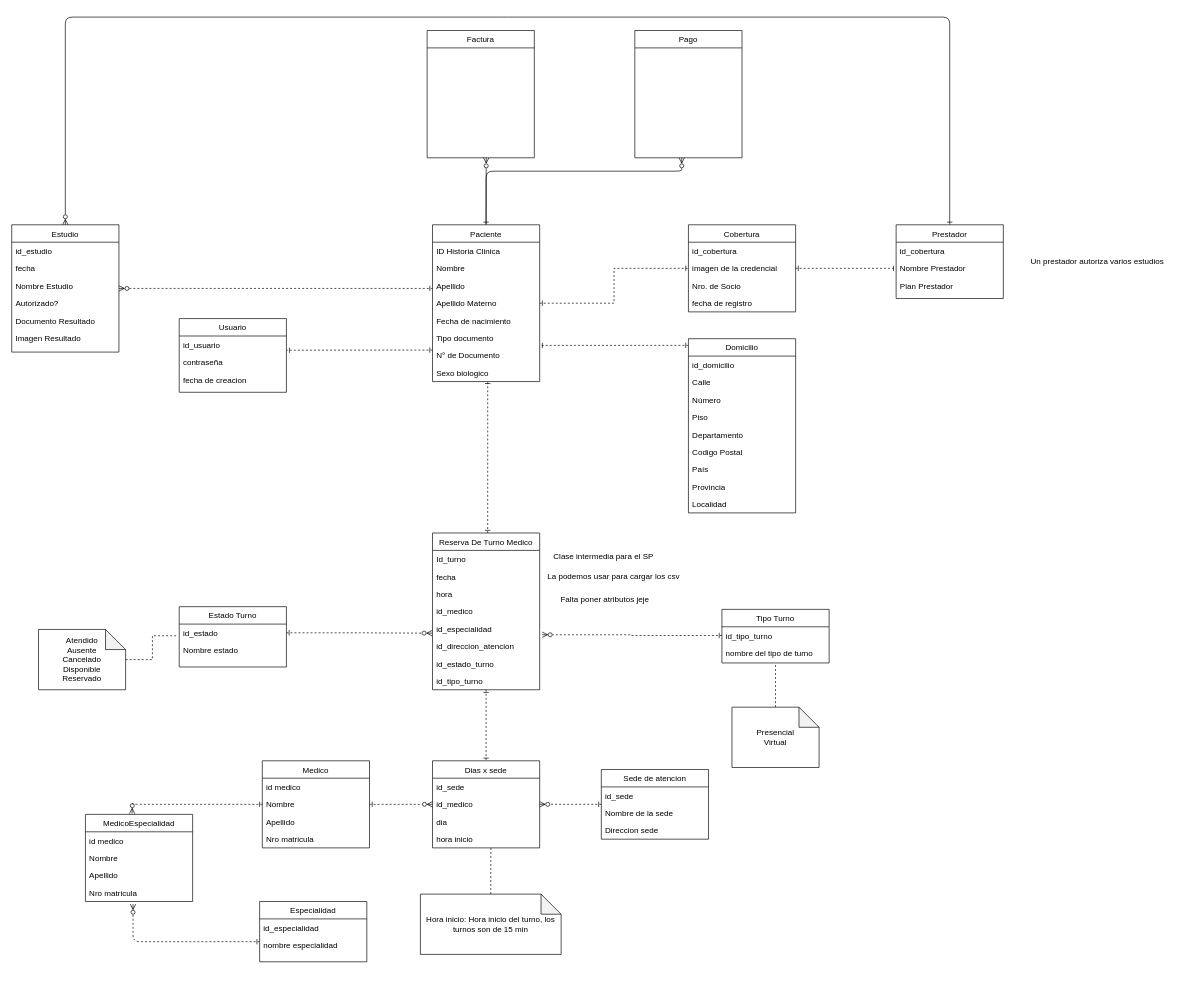
Above: hospitalCureSAGrupo09.drawio in TomasFelice/ddbba-tp-integrador (draw.io), before the change. Source tidied: cells renumbered, new cells numbered last; positions are measured from the earlier drawing's top-left corner, leaving out a move shared by most shapes. Both pictures are drawn from the tidied source at 67%, with x=0, y=0 at pixel (11, 17).
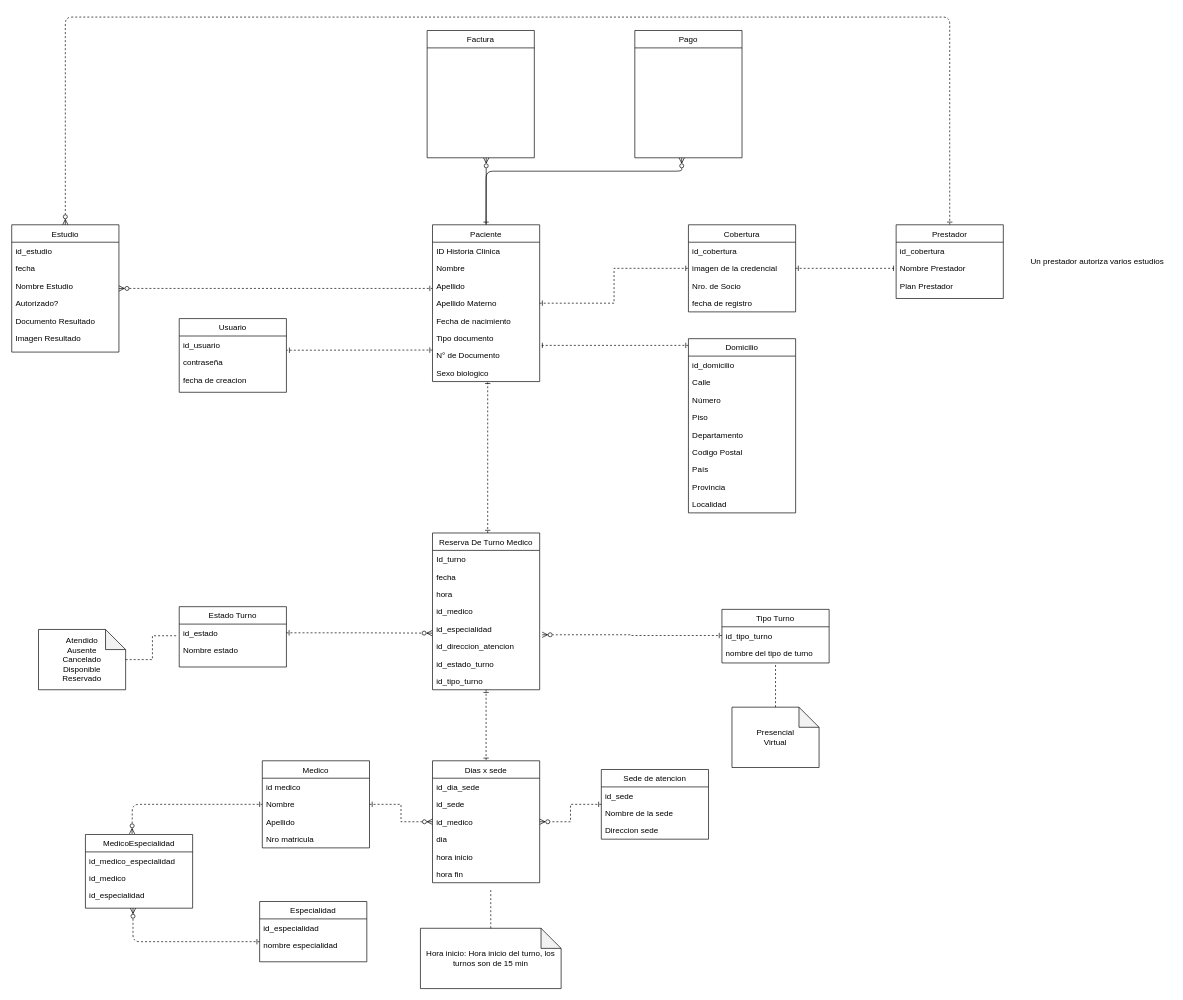
The same page after the edit.

Commit message (it also covers changes not shown here):
mas dudas y coments en schema hospital y sp hospital

The change refers to these unchanged cells:
```xml
<mxCell id="2" value="Estudio" style="swimlane;fontStyle=0;align=center;verticalAlign=top;horizontal=1;startSize=26;rounded=0;shadow=0;strokeWidth=1;" parent="1" vertex="1">
  <mxGeometry y="310" width="160" height="190" as="geometry" />
</mxCell>
<mxCell id="45" value="Prestador" style="swimlane;fontStyle=0;align=center;verticalAlign=top;horizontal=1;startSize=26;rounded=0;shadow=0;strokeWidth=1;" parent="1" vertex="1">
  <mxGeometry x="1320" y="310" width="160" height="110" as="geometry" />
</mxCell>
```

Change to the diagram source:
```diff
@@
-    <mxCell id="44" style="edgeStyle=none;html=1;entryX=0.5;entryY=0;entryDx=0;entryDy=0;startArrow=ERone;startFill=0;endArrow=ERzeroToMany;endFill=0;" parent="1" edge="1" source="45" target="2">
+    <mxCell id="44" style="edgeStyle=none;html=1;entryX=0.5;entryY=0;entryDx=0;entryDy=0;startArrow=ERone;startFill=0;endArrow=ERzeroToMany;endFill=0;dashed=1;" parent="1" edge="1" source="45" target="2">
       <mxGeometry relative="1" as="geometry">
         <Array as="points">
           <mxPoint x="1400" />
           <mxPoint x="740" />
           <mxPoint x="80" />
         </Array>
       </mxGeometry>
     </mxCell>
@@
-    <mxCell id="50" value="Clase intermedia para el SP" style="text;html=1;align=center;verticalAlign=middle;strokeColor=none;fillColor=none;" parent="1" vertex="1">
-      <mxGeometry x="798" y="790" width="170" height="30" as="geometry" />
-    </mxCell>
@@
-    <mxCell id="55" value="La podemos usar para cargar los csv" style="text;html=1;align=center;verticalAlign=middle;strokeColor=none;fillColor=none;" parent="1" vertex="1">
-      <mxGeometry x="788" y="820" width="220" height="30" as="geometry" />
-    </mxCell>
@@
     <mxCell id="75" value="Dias x sede" style="swimlane;fontStyle=0;align=center;verticalAlign=top;horizontal=1;startSize=26;rounded=0;shadow=0;strokeWidth=1;" parent="1" vertex="1">
-      <mxGeometry x="628" y="1110" width="160" height="130" as="geometry" />
+      <mxGeometry x="628" y="1110" width="160" height="182" as="geometry" />
     </mxCell>
-    <mxCell id="76" value="id_sede" style="text;align=left;verticalAlign=top;spacingLeft=4;spacingRight=4;overflow=hidden;" parent="75" vertex="1">
+    <mxCell id="76" value="id_dia_sede" style="text;align=left;verticalAlign=top;spacingLeft=4;spacingRight=4;overflow=hidden;" parent="75" vertex="1">
       <mxGeometry y="26" width="160" height="26" as="geometry" />
     </mxCell>
+    <mxCell id="107" value="id_sede" style="text;align=left;verticalAlign=top;spacingLeft=4;spacingRight=4;overflow=hidden;" parent="75" vertex="1">
+      <mxGeometry y="52" width="160" height="26" as="geometry" />
+    </mxCell>
     <mxCell id="77" value="id_medico" style="text;align=left;verticalAlign=top;spacingLeft=4;spacingRight=4;overflow=hidden;points=[[0,0.5],[1,0.5]];portConstraint=eastwest;rounded=0;shadow=0;html=0;" parent="75" vertex="1">
-      <mxGeometry y="52" width="160" height="26" as="geometry" />
+      <mxGeometry y="78" width="160" height="26" as="geometry" />
     </mxCell>
     <mxCell id="78" value="dia" style="text;align=left;verticalAlign=top;spacingLeft=4;spacingRight=4;overflow=hidden;" parent="75" vertex="1">
-      <mxGeometry y="78" width="160" height="26" as="geometry" />
+      <mxGeometry y="104" width="160" height="26" as="geometry" />
     </mxCell>
     <mxCell id="79" value="hora inicio" style="text;align=left;verticalAlign=top;spacingLeft=4;spacingRight=4;overflow=hidden;points=[[0,0.5],[1,0.5]];portConstraint=eastwest;" parent="75" vertex="1">
-      <mxGeometry y="104" width="160" height="26" as="geometry" />
+      <mxGeometry y="130" width="160" height="26" as="geometry" />
     </mxCell>
+    <mxCell id="108" value="hora fin" style="text;align=left;verticalAlign=top;spacingLeft=4;spacingRight=4;overflow=hidden;" parent="75" vertex="1">
+      <mxGeometry y="156" width="160" height="26" as="geometry" />
+    </mxCell>
@@
     <mxCell id="94" value="Hora inicio: Hora inicio del turno, los turnos son de 15 min" style="shape=note;whiteSpace=wrap;html=1;backgroundOutline=1;darkOpacity=0.05;" parent="1" vertex="1">
-      <mxGeometry x="610" y="1309" width="210" height="90" as="geometry" />
+      <mxGeometry x="610" y="1360" width="210" height="90" as="geometry" />
     </mxCell>
-    <mxCell id="95" style="edgeStyle=orthogonalEdgeStyle;rounded=0;jettySize=auto;html=1;entryX=0.545;entryY=0.982;entryDx=0;entryDy=0;entryPerimeter=0;dashed=1;endArrow=none;endFill=0;" parent="1" edge="1" source="94" target="79">
-      <mxGeometry relative="1" as="geometry" />
+    <mxCell id="95" style="edgeStyle=orthogonalEdgeStyle;rounded=0;jettySize=auto;html=1;dashed=1;endArrow=none;endFill=0;" parent="1" edge="1" source="94">
+      <mxGeometry relative="1" as="geometry">
+        <mxPoint x="715" y="1300" as="targetPoint" />
+      </mxGeometry>
     </mxCell>
-    <mxCell id="96" value="Falta poner atributos jeje" style="text;html=1;align=center;verticalAlign=middle;strokeColor=none;fillColor=none;" parent="1" vertex="1">
-      <mxGeometry x="805" y="854" width="160" height="30" as="geometry" />
-    </mxCell>
@@
     <mxCell id="101" value="MedicoEspecialidad" style="swimlane;fontStyle=0;align=center;verticalAlign=top;horizontal=1;startSize=26;rounded=0;shadow=0;strokeWidth=1;" parent="1" vertex="1">
-      <mxGeometry x="110" y="1190" width="160" height="130" as="geometry" />
+      <mxGeometry x="110" y="1220" width="160" height="110" as="geometry" />
     </mxCell>
-    <mxCell id="102" value="id medico" style="text;align=left;verticalAlign=top;spacingLeft=4;spacingRight=4;overflow=hidden;" parent="101" vertex="1">
+    <mxCell id="102" value="id_medico_especialidad" style="text;align=left;verticalAlign=top;spacingLeft=4;spacingRight=4;overflow=hidden;" parent="101" vertex="1">
       <mxGeometry y="26" width="160" height="26" as="geometry" />
     </mxCell>
-    <mxCell id="103" value="Nombre" style="text;align=left;verticalAlign=top;spacingLeft=4;spacingRight=4;overflow=hidden;rounded=0;shadow=0;html=0;" parent="101" vertex="1">
+    <mxCell id="103" value="id_medico" style="text;align=left;verticalAlign=top;spacingLeft=4;spacingRight=4;overflow=hidden;rounded=0;shadow=0;html=0;" parent="101" vertex="1">
       <mxGeometry y="52" width="160" height="26" as="geometry" />
     </mxCell>
-    <mxCell id="104" value="Apellido" style="text;align=left;verticalAlign=top;spacingLeft=4;spacingRight=4;overflow=hidden;rounded=0;shadow=0;html=0;" parent="101" vertex="1">
+    <mxCell id="104" value="id_especialidad" style="text;align=left;verticalAlign=top;spacingLeft=4;spacingRight=4;overflow=hidden;rounded=0;shadow=0;html=0;" parent="101" vertex="1">
       <mxGeometry y="78" width="160" height="26" as="geometry" />
     </mxCell>
-    <mxCell id="105" value="Nro matricula" style="text;align=left;verticalAlign=top;spacingLeft=4;spacingRight=4;overflow=hidden;points=[[0,0.5],[1,0.5]];portConstraint=eastwest;rounded=0;shadow=0;html=0;" parent="101" vertex="1">
-      <mxGeometry y="104" width="160" height="26" as="geometry" />
-    </mxCell>
-    <mxCell id="106" style="edgeStyle=none;html=1;entryX=0.444;entryY=1.154;entryDx=0;entryDy=0;entryPerimeter=0;endArrow=ERzeroToMany;endFill=0;startArrow=ERone;startFill=0;dashed=1;" parent="1" edge="1" target="105">
+    <mxCell id="106" style="edgeStyle=none;html=1;endArrow=ERzeroToMany;endFill=0;startArrow=ERone;startFill=0;dashed=1;" parent="1" edge="1">
       <mxGeometry relative="1" as="geometry">
         <mxPoint x="370" y="1380" as="sourcePoint" />
+        <mxPoint x="181" y="1330" as="targetPoint" />
         <Array as="points">
           <mxPoint x="181" y="1380" />
         </Array>
       </mxGeometry>
     </mxCell>
```
